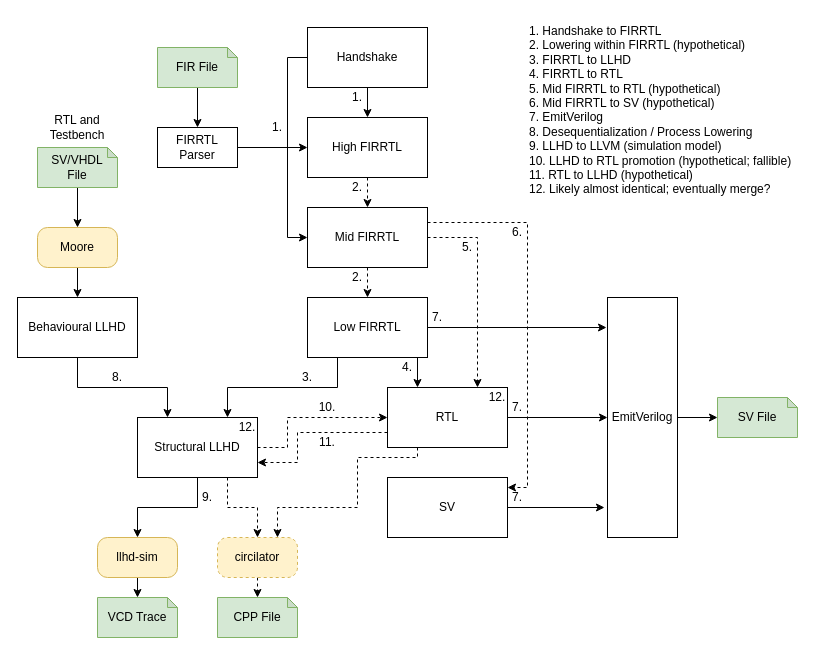
Earlier version of the draw.io diagram docs/dialects.drawio (thomasnormal/circt). Source tidied: cells renumbered, new cells numbered last; positions are measured from the earlier drawing's top-left corner, leaving out a move shared by most shapes. Both pictures are drawn from the tidied source at 100%, with x=0, y=0 at pixel (17, 17).
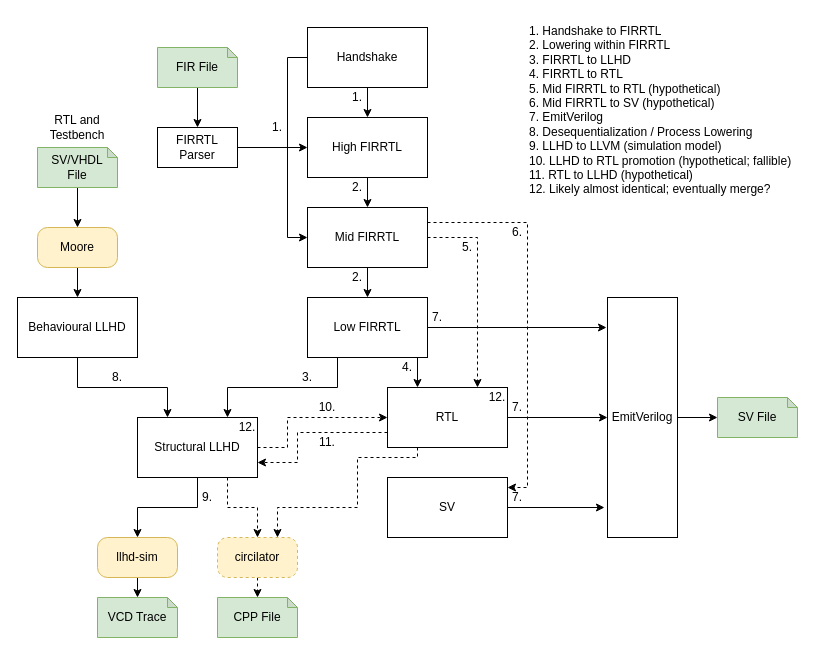
Above is the later version.

Commit message (it also covers changes not shown here):
Update dialects diagrams, NFC.

After the addition of the LowerTypes pass to the FIRRTL dialect, the
lowering passes within FIRRTL are no longer hypothetical, and the path
from high/mid-FIRRTL to low-FIRRTL is a solid (albeit thin) line.

The change refers to these unchanged cells:
```xml
<mxCell id="3" value="High FIRRTL" style="rounded=0;whiteSpace=wrap;html=1;" parent="1" vertex="1">
  <mxGeometry x="290" y="100" width="120" height="60" as="geometry" />
</mxCell>
<mxCell id="7" value="Mid FIRRTL" style="rounded=0;whiteSpace=wrap;html=1;" parent="1" vertex="1">
  <mxGeometry x="290" y="190" width="120" height="60" as="geometry" />
</mxCell>
<mxCell id="11" value="Low FIRRTL" style="rounded=0;whiteSpace=wrap;html=1;" parent="1" vertex="1">
  <mxGeometry x="290" y="280" width="120" height="60" as="geometry" />
</mxCell>
```

Diff of the diagram source:
```diff
@@
-    <mxCell id="2" style="edgeStyle=orthogonalEdgeStyle;rounded=0;jettySize=auto;html=1;exitX=0.5;exitY=1;exitDx=0;exitDy=0;entryX=0.5;entryY=0;entryDx=0;entryDy=0;dashed=1;" parent="1" edge="1" source="3" target="7">
+    <mxCell id="2" style="edgeStyle=orthogonalEdgeStyle;rounded=0;jettySize=auto;html=1;exitX=0.5;exitY=1;exitDx=0;exitDy=0;entryX=0.5;entryY=0;entryDx=0;entryDy=0;" parent="1" edge="1" source="3" target="7">
       <mxGeometry relative="1" as="geometry" />
     </mxCell>
@@
-    <mxCell id="4" style="edgeStyle=orthogonalEdgeStyle;rounded=0;jettySize=auto;html=1;exitX=0.5;exitY=1;exitDx=0;exitDy=0;entryX=0.5;entryY=0;entryDx=0;entryDy=0;dashed=1;" parent="1" edge="1" source="7" target="11">
+    <mxCell id="4" style="edgeStyle=orthogonalEdgeStyle;rounded=0;jettySize=auto;html=1;exitX=0.5;exitY=1;exitDx=0;exitDy=0;entryX=0.5;entryY=0;entryDx=0;entryDy=0;" parent="1" edge="1" source="7" target="11">
       <mxGeometry relative="1" as="geometry" />
     </mxCell>
@@
-    <mxCell id="31" value="1. Handshake to FIRRTL&lt;br&gt;2. Lowering within FIRRTL (hypothetical)&lt;br&gt;3. FIRRTL to LLHD&lt;br&gt;4. FIRRTL to RTL&lt;br&gt;5. Mid FIRRTL to RTL (hypothetical)&lt;br&gt;6. Mid FIRRTL to SV (hypothetical)&lt;br&gt;7. EmitVerilog&lt;br&gt;8. Desequentialization / Process Lowering&lt;br&gt;9. LLHD to LLVM (simulation model)&lt;br&gt;10. LLHD to RTL promotion (hypothetical; fallible)&lt;br&gt;11. RTL to LLHD (hypothetical)&lt;br&gt;12. Likely almost identical; eventually merge?" style="text;html=1;strokeColor=none;fillColor=none;align=left;verticalAlign=top;whiteSpace=wrap;rounded=0;" parent="1" vertex="1">
+    <mxCell id="31" value="1. Handshake to FIRRTL&lt;br&gt;2. Lowering within FIRRTL&lt;br&gt;3. FIRRTL to LLHD&lt;br&gt;4. FIRRTL to RTL&lt;br&gt;5. Mid FIRRTL to RTL (hypothetical)&lt;br&gt;6. Mid FIRRTL to SV (hypothetical)&lt;br&gt;7. EmitVerilog&lt;br&gt;8. Desequentialization / Process Lowering&lt;br&gt;9. LLHD to LLVM (simulation model)&lt;br&gt;10. LLHD to RTL promotion (hypothetical; fallible)&lt;br&gt;11. RTL to LLHD (hypothetical)&lt;br&gt;12. Likely almost identical; eventually merge?" style="text;html=1;strokeColor=none;fillColor=none;align=left;verticalAlign=top;whiteSpace=wrap;rounded=0;" parent="1" vertex="1">
       <mxGeometry x="510" width="280" height="180" as="geometry" />
     </mxCell>
```
